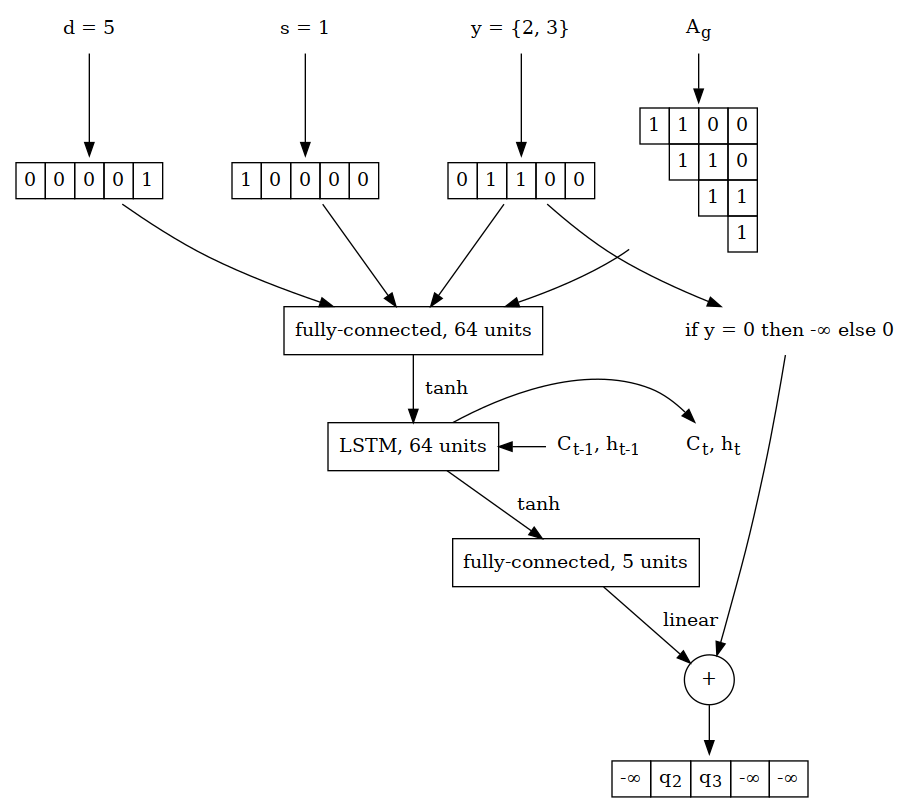
Above: img/nn-4.png in flyingleafe/itmo-ctd-thesis (Graphviz), before the change. Its source is kept beside it as img/nn-4.dot.
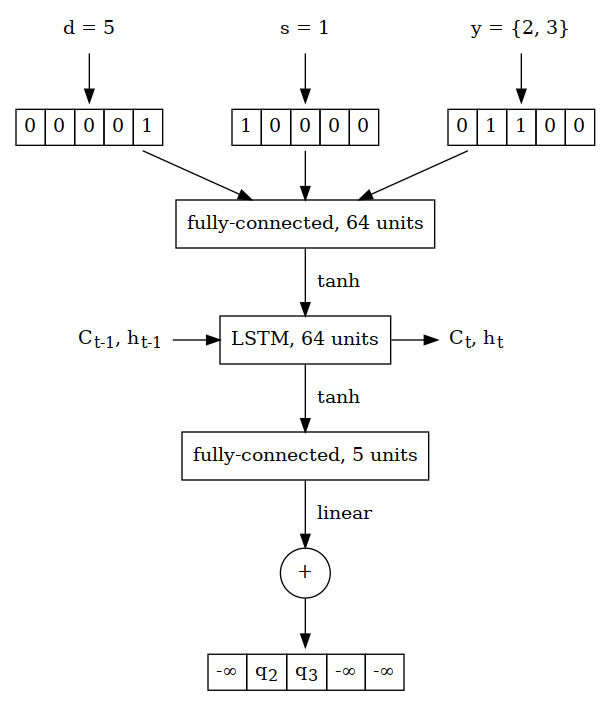
After the commit.

What changed in the source:
```diff
@@ -4,7 +4,6 @@
   d_label [label="d = 5"]
   s_label [label="s = 1"]
   y_label [label="y = {2, 3}"]
-  A_label [label=<A<SUB>g</SUB>>]
 
 node [shape=none];
 
@@ -36,35 +35,13 @@
                       </tr>
                   </table>>];
 
-    A_input [label=<<table border="0" cellspacing="0" cellpadding="5">
-                      <tr border="0">
-                        <td border="1">1</td>
-                        <td border="1">1</td>
-                        <td border="1">0</td>
-                        <td border="1">0</td>
-                      </tr>
-                      <tr border="0">
-                        <td border="0"></td>
-                        <td border="1">1</td>
-                        <td border="1">1</td>
-                        <td border="1">0</td>
-                      </tr>
-                      <tr border="0">
-                        <td border="0"></td>
-                        <td border="0"></td>
-                        <td border="1">1</td>
-                        <td border="1">1</td>
-                      </tr>
-                      <tr border="0">
-                        <td border="0"></td>
-                        <td border="0"></td>
-                        <td border="0"></td>
-                        <td border="1">1</td>
-                      </tr>
-                    </table>>];
 
     subgraph {
-      {rank=same; d_input, s_input, y_input, A_input}
+      {rank=same;
+        d_input,
+        s_input,
+        y_input
+      }
     }
 
 node [shape="box"]
@@ -97,22 +74,12 @@
     d_label -> d_input
     s_label -> s_input
     y_label -> y_input
-    A_label -> A_input
 
     d_input -> layer_1
     s_input -> layer_1
     y_input -> layer_1
-    A_input -> layer_1
 
-    fucking_label [shape="plaintext", label="if y = 0 then -∞ else 0"]
-    y_input -> fucking_label [constraint=false]
-    fucking_label -> sum
 
-    subgraph {
-      {rank=same;
-        layer_1, fucking_label
-      }
-    }
 
     layer_1 -> layer_2 [label="  tanh"]
     layer_2 -> layer_3 [label="  tanh"]
```
